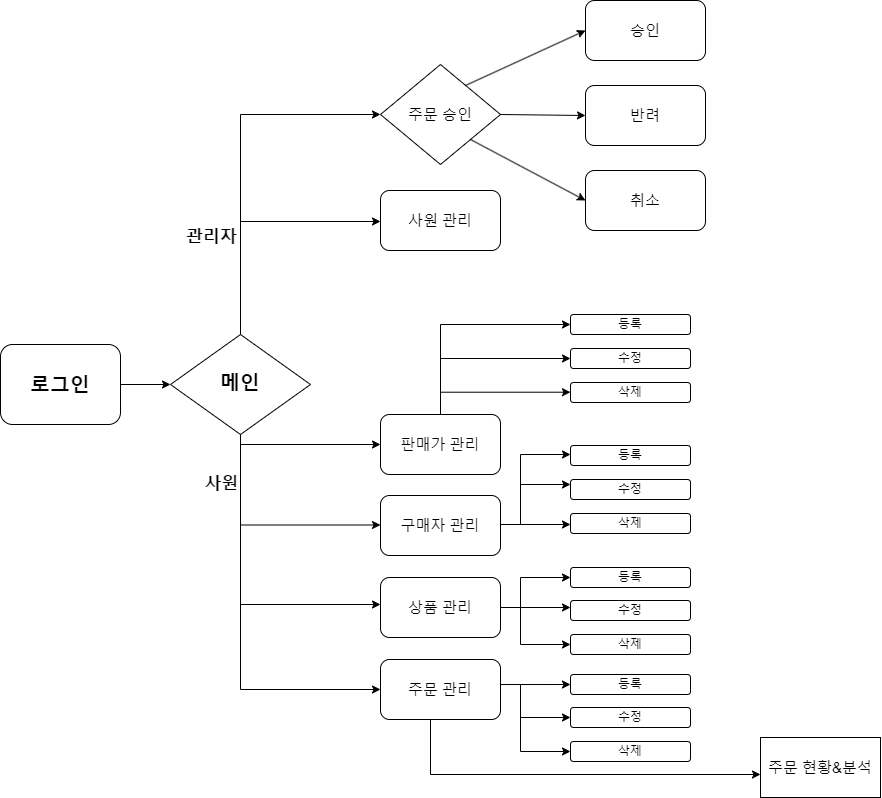
Before: 업무흐름.png, a diagram exported from draw.io (Peh9397/Distribution). Source tidied: cells renumbered, new cells last; positions are measured from the earlier drawing's top-left corner, leaving out a move shared by most shapes.
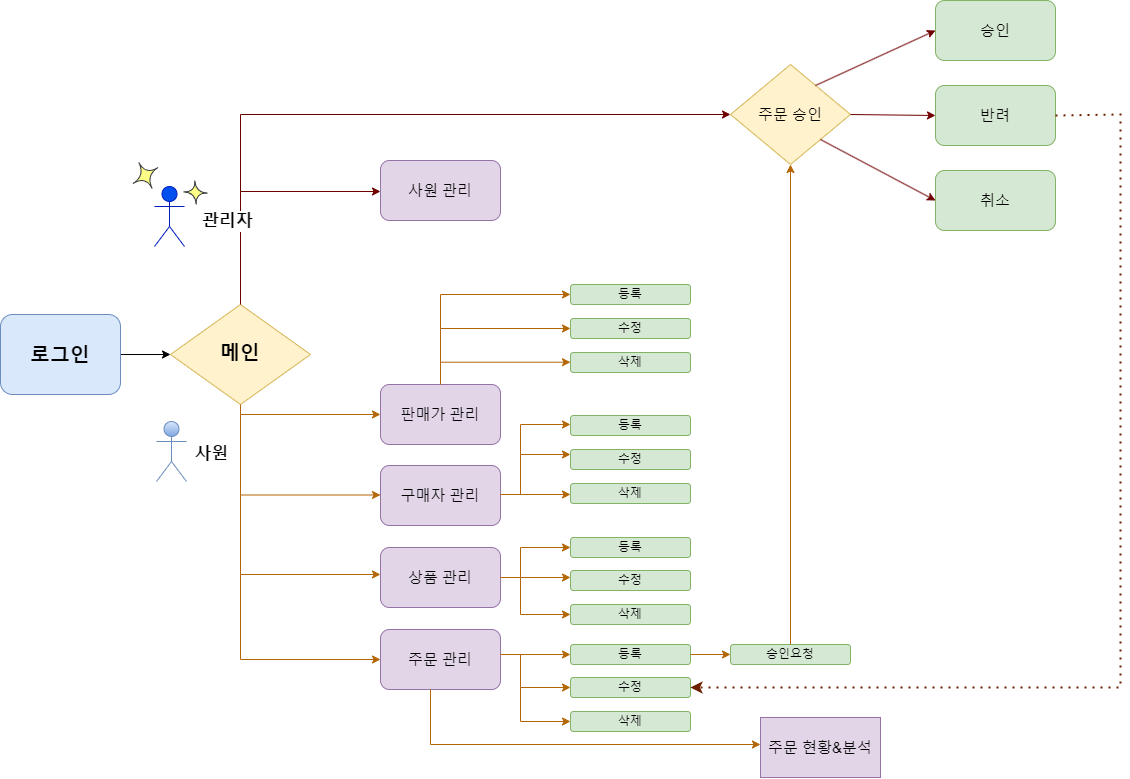
Later version of the same file.

Diff of the diagram source:
```diff
@@ -7,27 +7,28 @@
     </mxCell>
-    <mxCell id="3" value="&lt;b&gt;&lt;font style=&quot;font-size: 20px;&quot;&gt;로그인&lt;/font&gt;&lt;/b&gt;" style="rounded=1;whiteSpace=wrap;html=1;fontSize=12;glass=0;strokeWidth=1;shadow=0;" parent="1" vertex="1">
+    <mxCell id="3" value="&lt;b&gt;&lt;font style=&quot;font-size: 20px;&quot;&gt;로그인&lt;/font&gt;&lt;/b&gt;" style="rounded=1;whiteSpace=wrap;html=1;fontSize=12;glass=0;strokeWidth=1;shadow=0;fillColor=#dae8fc;strokeColor=#6c8ebf;" parent="1" vertex="1">
       <mxGeometry y="344" width="120" height="80" as="geometry" />
     </mxCell>
-    <mxCell id="4" value="&lt;b&gt;&lt;font style=&quot;font-size: 20px;&quot;&gt;메인&lt;/font&gt;&lt;/b&gt;" style="rhombus;whiteSpace=wrap;html=1;shadow=0;fontFamily=Helvetica;fontSize=12;align=center;strokeWidth=1;spacing=6;spacingTop=-4;" parent="1" vertex="1">
+    <mxCell id="4" value="&lt;b&gt;&lt;font style=&quot;font-size: 20px;&quot;&gt;메인&lt;/font&gt;&lt;/b&gt;" style="rhombus;whiteSpace=wrap;html=1;shadow=0;fontFamily=Helvetica;fontSize=12;align=center;strokeWidth=1;spacing=6;spacingTop=-4;fillColor=#fff2cc;strokeColor=#d6b656;" parent="1" vertex="1">
       <mxGeometry x="170" y="334" width="140" height="100" as="geometry" />
     </mxCell>
-    <mxCell id="5" value="구매자 관리" style="rounded=1;whiteSpace=wrap;html=1;fontSize=15;" parent="1" vertex="1">
+    <mxCell id="5" value="구매자 관리" style="rounded=1;whiteSpace=wrap;html=1;fontSize=15;fillColor=#e1d5e7;strokeColor=#9673a6;" parent="1" vertex="1">
       <mxGeometry x="380" y="495" width="120" height="60" as="geometry" />
     </mxCell>
-    <mxCell id="6" value="판매가 관리" style="rounded=1;whiteSpace=wrap;html=1;fontSize=15;" parent="1" vertex="1">
+    <mxCell id="6" value="판매가 관리" style="rounded=1;whiteSpace=wrap;html=1;fontSize=15;fillColor=#e1d5e7;strokeColor=#9673a6;" parent="1" vertex="1">
       <mxGeometry x="380" y="414" width="120" height="60" as="geometry" />
     </mxCell>
-    <mxCell id="7" value="상품 관리" style="rounded=1;whiteSpace=wrap;html=1;fontSize=15;" parent="1" vertex="1">
+    <mxCell id="7" value="상품 관리" style="rounded=1;whiteSpace=wrap;html=1;fontSize=15;fillColor=#e1d5e7;strokeColor=#9673a6;" parent="1" vertex="1">
       <mxGeometry x="380" y="577" width="120" height="60" as="geometry" />
     </mxCell>
-    <mxCell id="8" value="사원 관리" style="rounded=1;whiteSpace=wrap;html=1;fontSize=15;" parent="1" vertex="1">
+    <mxCell id="8" value="사원 관리" style="rounded=1;whiteSpace=wrap;html=1;fontSize=15;fillColor=#e1d5e7;strokeColor=#9673a6;" parent="1" vertex="1">
       <mxGeometry x="380" y="190" width="120" height="60" as="geometry" />
     </mxCell>
-    <mxCell id="9" value="주문 관리" style="rounded=1;whiteSpace=wrap;html=1;fontSize=15;" parent="1" vertex="1">
+    <mxCell id="9" value="주문 관리" style="rounded=1;whiteSpace=wrap;html=1;fontSize=15;fillColor=#e1d5e7;strokeColor=#9673a6;" parent="1" vertex="1">
       <mxGeometry x="380" y="659" width="120" height="60" as="geometry" />
     </mxCell>
-    <mxCell id="10" style="endArrow=classic;html=1;rounded=0;exitX=0.5;exitY=0;exitDx=0;exitDy=0;entryX=0;entryY=0.5;entryDx=0;entryDy=0;" parent="1" edge="1" source="4" target="18">
+    <mxCell id="10" style="endArrow=classic;html=1;rounded=0;exitX=0.5;exitY=0;exitDx=0;exitDy=0;entryX=0;entryY=0.5;entryDx=0;entryDy=0;fillColor=#a20025;strokeColor=#6F0000;" parent="1" edge="1" target="18">
       <mxGeometry relative="1" as="geometry">
+        <mxPoint x="240" y="334" as="sourcePoint" />
         <Array as="points">
-          <mxPoint x="240" y="114" />
+          <mxPoint x="240" y="144" />
         </Array>
@@ -37,6 +38,6 @@
       <mxGeometry relative="1" as="geometry">
-        <mxPoint x="-30" y="82" as="offset" />
+        <mxPoint x="-164" y="106" as="offset" />
       </mxGeometry>
     </mxCell>
-    <mxCell id="12" style="endArrow=classic;html=1;rounded=0;entryX=0;entryY=0.5;entryDx=0;entryDy=0;" parent="1" edge="1">
+    <mxCell id="12" style="endArrow=classic;html=1;rounded=0;entryX=0;entryY=0.5;entryDx=0;entryDy=0;fillColor=#a20025;strokeColor=#6F0000;" parent="1" edge="1">
       <mxGeometry relative="1" as="geometry">
@@ -46,3 +47,3 @@
     </mxCell>
-    <mxCell id="13" style="endArrow=classic;html=1;rounded=0;entryX=0;entryY=0.5;entryDx=0;entryDy=0;exitX=0.5;exitY=1;exitDx=0;exitDy=0;" parent="1" edge="1" source="4" target="9">
+    <mxCell id="13" style="endArrow=classic;html=1;rounded=0;entryX=0;entryY=0.5;entryDx=0;entryDy=0;exitX=0.5;exitY=1;exitDx=0;exitDy=0;fillColor=#fad7ac;strokeColor=#b46504;" parent="1" edge="1" source="4" target="9">
       <mxGeometry relative="1" as="geometry">
@@ -55,6 +56,6 @@
       <mxGeometry relative="1" as="geometry">
-        <mxPoint x="-20" y="-148" as="offset" />
+        <mxPoint x="-30" y="-148" as="offset" />
       </mxGeometry>
     </mxCell>
-    <mxCell id="15" style="endArrow=classic;html=1;rounded=0;entryX=0;entryY=0.5;entryDx=0;entryDy=0;" parent="1" edge="1" target="6">
+    <mxCell id="15" style="endArrow=classic;html=1;rounded=0;entryX=0;entryY=0.5;entryDx=0;entryDy=0;fillColor=#fad7ac;strokeColor=#b46504;" parent="1" edge="1" target="6">
       <mxGeometry relative="1" as="geometry">
@@ -63,3 +64,3 @@
     </mxCell>
-    <mxCell id="16" style="endArrow=classic;html=1;rounded=0;entryX=0;entryY=0.5;entryDx=0;entryDy=0;" parent="1" edge="1">
+    <mxCell id="16" style="endArrow=classic;html=1;rounded=0;entryX=0;entryY=0.5;entryDx=0;entryDy=0;fillColor=#fad7ac;strokeColor=#b46504;" parent="1" edge="1">
       <mxGeometry relative="1" as="geometry">
@@ -69,3 +70,3 @@
     </mxCell>
-    <mxCell id="17" style="endArrow=classic;html=1;rounded=0;entryX=0;entryY=0.5;entryDx=0;entryDy=0;" parent="1" edge="1">
+    <mxCell id="17" style="endArrow=classic;html=1;rounded=0;entryX=0;entryY=0.5;entryDx=0;entryDy=0;fillColor=#fad7ac;strokeColor=#b46504;" parent="1" edge="1">
       <mxGeometry relative="1" as="geometry">
@@ -75,62 +76,62 @@
     </mxCell>
-    <mxCell id="18" value="주문 승인" style="rhombus;whiteSpace=wrap;html=1;fontSize=15;fontStyle=0;" parent="1" vertex="1">
-      <mxGeometry x="380" y="64" width="120" height="100" as="geometry" />
+    <mxCell id="18" value="주문 승인" style="rhombus;whiteSpace=wrap;html=1;fontSize=15;fontStyle=0;fillColor=#fff2cc;strokeColor=#d6b656;" parent="1" vertex="1">
+      <mxGeometry x="730" y="94" width="120" height="100" as="geometry" />
     </mxCell>
-    <mxCell id="19" value="취소" style="rounded=1;whiteSpace=wrap;html=1;flipV=1;flipH=0;fontSize=15;" parent="1" vertex="1">
-      <mxGeometry x="585" y="170" width="120" height="60" as="geometry" />
+    <mxCell id="19" value="취소" style="rounded=1;whiteSpace=wrap;html=1;flipV=1;flipH=0;fontSize=15;fillColor=#d5e8d4;strokeColor=#82b366;" parent="1" vertex="1">
+      <mxGeometry x="935" y="200" width="120" height="60" as="geometry" />
     </mxCell>
-    <mxCell id="20" value="반려" style="rounded=1;whiteSpace=wrap;html=1;flipV=1;flipH=0;fontSize=15;" parent="1" vertex="1">
-      <mxGeometry x="585" y="85" width="120" height="60" as="geometry" />
+    <mxCell id="20" value="반려" style="rounded=1;whiteSpace=wrap;html=1;flipV=1;flipH=0;fontSize=15;fillColor=#d5e8d4;strokeColor=#82b366;" parent="1" vertex="1">
+      <mxGeometry x="935" y="115" width="120" height="60" as="geometry" />
     </mxCell>
-    <mxCell id="21" value="승인" style="rounded=1;whiteSpace=wrap;html=1;flipV=1;flipH=0;fontSize=15;" parent="1" vertex="1">
-      <mxGeometry x="585" width="120" height="60" as="geometry" />
+    <mxCell id="21" value="승인" style="rounded=1;whiteSpace=wrap;html=1;flipV=1;flipH=0;fontSize=15;fillColor=#d5e8d4;strokeColor=#82b366;" parent="1" vertex="1">
+      <mxGeometry x="935" y="30" width="120" height="60" as="geometry" />
     </mxCell>
-    <mxCell id="22" style="endArrow=classic;html=1;rounded=0;entryX=0;entryY=0.5;entryDx=0;entryDy=0;" parent="1" edge="1" target="21">
+    <mxCell id="22" style="endArrow=classic;html=1;rounded=0;entryX=0;entryY=0.5;entryDx=0;entryDy=0;fillColor=#a20025;strokeColor=#6F0000;" parent="1" edge="1" target="21">
       <mxGeometry relative="1" as="geometry">
-        <mxPoint x="465" y="85" as="sourcePoint" />
+        <mxPoint x="815" y="115" as="sourcePoint" />
       </mxGeometry>
     </mxCell>
-    <mxCell id="23" style="endArrow=classic;html=1;rounded=0;exitX=1;exitY=0.5;exitDx=0;exitDy=0;entryX=0;entryY=0.5;entryDx=0;entryDy=0;" parent="1" edge="1" source="18" target="20">
+    <mxCell id="23" style="endArrow=classic;html=1;rounded=0;exitX=1;exitY=0.5;exitDx=0;exitDy=0;entryX=0;entryY=0.5;entryDx=0;entryDy=0;fillColor=#a20025;strokeColor=#6F0000;" parent="1" edge="1" source="18" target="20">
       <mxGeometry relative="1" as="geometry" />
     </mxCell>
-    <mxCell id="24" style="endArrow=classic;html=1;rounded=0;exitX=1;exitY=1;exitDx=0;exitDy=0;entryX=0;entryY=0.5;entryDx=0;entryDy=0;" parent="1" edge="1" source="18" target="19">
+    <mxCell id="24" style="endArrow=classic;html=1;rounded=0;exitX=1;exitY=1;exitDx=0;exitDy=0;entryX=0;entryY=0.5;entryDx=0;entryDy=0;fillColor=#a20025;strokeColor=#6F0000;" parent="1" edge="1" source="18" target="19">
       <mxGeometry relative="1" as="geometry" />
     </mxCell>
-    <mxCell id="25" value="등록" style="rounded=1;whiteSpace=wrap;html=1;" parent="1" vertex="1">
+    <mxCell id="25" value="등록" style="rounded=1;whiteSpace=wrap;html=1;fillColor=#d5e8d4;strokeColor=#82b366;" parent="1" vertex="1">
       <mxGeometry x="570" y="314" width="120" height="20" as="geometry" />
     </mxCell>
-    <mxCell id="26" value="수정" style="rounded=1;whiteSpace=wrap;html=1;" parent="1" vertex="1">
+    <mxCell id="26" value="수정" style="rounded=1;whiteSpace=wrap;html=1;fillColor=#d5e8d4;strokeColor=#82b366;" parent="1" vertex="1">
       <mxGeometry x="570" y="348" width="120" height="20" as="geometry" />
     </mxCell>
-    <mxCell id="27" value="삭제" style="rounded=1;whiteSpace=wrap;html=1;" parent="1" vertex="1">
+    <mxCell id="27" value="삭제" style="rounded=1;whiteSpace=wrap;html=1;fillColor=#d5e8d4;strokeColor=#82b366;" parent="1" vertex="1">
       <mxGeometry x="570" y="382" width="120" height="20" as="geometry" />
     </mxCell>
-    <mxCell id="28" value="등록" style="rounded=1;whiteSpace=wrap;html=1;" parent="1" vertex="1">
+    <mxCell id="28" value="등록" style="rounded=1;whiteSpace=wrap;html=1;fillColor=#d5e8d4;strokeColor=#82b366;" parent="1" vertex="1">
       <mxGeometry x="570" y="445" width="120" height="20" as="geometry" />
     </mxCell>
-    <mxCell id="29" value="수정" style="rounded=1;whiteSpace=wrap;html=1;" parent="1" vertex="1">
+    <mxCell id="29" value="수정" style="rounded=1;whiteSpace=wrap;html=1;fillColor=#d5e8d4;strokeColor=#82b366;" parent="1" vertex="1">
       <mxGeometry x="570" y="479" width="120" height="20" as="geometry" />
     </mxCell>
-    <mxCell id="30" value="삭제" style="rounded=1;whiteSpace=wrap;html=1;" parent="1" vertex="1">
+    <mxCell id="30" value="삭제" style="rounded=1;whiteSpace=wrap;html=1;fillColor=#d5e8d4;strokeColor=#82b366;" parent="1" vertex="1">
       <mxGeometry x="570" y="513" width="120" height="20" as="geometry" />
     </mxCell>
-    <mxCell id="31" value="등록" style="rounded=1;whiteSpace=wrap;html=1;" parent="1" vertex="1">
+    <mxCell id="31" value="등록" style="rounded=1;whiteSpace=wrap;html=1;fillColor=#d5e8d4;strokeColor=#82b366;" parent="1" vertex="1">
       <mxGeometry x="570" y="567" width="120" height="20" as="geometry" />
     </mxCell>
-    <mxCell id="32" value="수정" style="rounded=1;whiteSpace=wrap;html=1;" parent="1" vertex="1">
+    <mxCell id="32" value="수정" style="rounded=1;whiteSpace=wrap;html=1;fillColor=#d5e8d4;strokeColor=#82b366;" parent="1" vertex="1">
       <mxGeometry x="570" y="600" width="120" height="20" as="geometry" />
     </mxCell>
-    <mxCell id="33" value="삭제" style="rounded=1;whiteSpace=wrap;html=1;" parent="1" vertex="1">
+    <mxCell id="33" value="삭제" style="rounded=1;whiteSpace=wrap;html=1;fillColor=#d5e8d4;strokeColor=#82b366;" parent="1" vertex="1">
       <mxGeometry x="570" y="634" width="120" height="20" as="geometry" />
     </mxCell>
-    <mxCell id="34" value="등록" style="rounded=1;whiteSpace=wrap;html=1;" parent="1" vertex="1">
+    <mxCell id="34" value="등록" style="rounded=1;whiteSpace=wrap;html=1;fillColor=#d5e8d4;strokeColor=#82b366;" parent="1" vertex="1">
       <mxGeometry x="570" y="674" width="120" height="20" as="geometry" />
     </mxCell>
-    <mxCell id="35" value="수정" style="rounded=1;whiteSpace=wrap;html=1;" parent="1" vertex="1">
+    <mxCell id="35" value="수정" style="rounded=1;whiteSpace=wrap;html=1;fillColor=#d5e8d4;strokeColor=#82b366;" parent="1" vertex="1">
       <mxGeometry x="570" y="707" width="120" height="20" as="geometry" />
     </mxCell>
-    <mxCell id="36" value="삭제" style="rounded=1;whiteSpace=wrap;html=1;" parent="1" vertex="1">
+    <mxCell id="36" value="삭제" style="rounded=1;whiteSpace=wrap;html=1;fillColor=#d5e8d4;strokeColor=#82b366;" parent="1" vertex="1">
       <mxGeometry x="570" y="741" width="120" height="20" as="geometry" />
     </mxCell>
-    <mxCell id="37" style="endArrow=classic;html=1;rounded=0;entryX=0;entryY=0.5;entryDx=0;entryDy=0;" parent="1" edge="1" target="25">
+    <mxCell id="37" style="endArrow=classic;html=1;rounded=0;entryX=0;entryY=0.5;entryDx=0;entryDy=0;fillColor=#fad7ac;strokeColor=#b46504;" parent="1" edge="1" target="25">
       <mxGeometry relative="1" as="geometry">
@@ -142,3 +143,3 @@
     </mxCell>
-    <mxCell id="38" style="endArrow=classic;html=1;rounded=0;" parent="1" edge="1" target="26">
+    <mxCell id="38" style="endArrow=classic;html=1;rounded=0;fillColor=#fad7ac;strokeColor=#b46504;" parent="1" edge="1" target="26">
       <mxGeometry relative="1" as="geometry">
@@ -147,3 +148,3 @@
     </mxCell>
-    <mxCell id="39" style="endArrow=classic;html=1;rounded=0;" parent="1" edge="1">
+    <mxCell id="39" style="endArrow=classic;html=1;rounded=0;fillColor=#fad7ac;strokeColor=#b46504;" parent="1" edge="1">
       <mxGeometry relative="1" as="geometry">
@@ -153,3 +154,3 @@
     </mxCell>
-    <mxCell id="40" style="endArrow=classic;html=1;rounded=0;" parent="1" edge="1">
+    <mxCell id="40" style="endArrow=classic;html=1;rounded=0;fillColor=#fad7ac;strokeColor=#b46504;" parent="1" edge="1">
       <mxGeometry relative="1" as="geometry">
@@ -159,3 +160,3 @@
     </mxCell>
-    <mxCell id="41" style="endArrow=classic;html=1;rounded=0;" parent="1" edge="1">
+    <mxCell id="41" style="endArrow=classic;html=1;rounded=0;fillColor=#fad7ac;strokeColor=#b46504;" parent="1" edge="1">
       <mxGeometry relative="1" as="geometry">
@@ -168,3 +169,3 @@
     </mxCell>
-    <mxCell id="42" style="endArrow=classic;html=1;rounded=0;" parent="1" edge="1">
+    <mxCell id="42" style="endArrow=classic;html=1;rounded=0;fillColor=#fad7ac;strokeColor=#b46504;" parent="1" edge="1">
       <mxGeometry relative="1" as="geometry">
@@ -174,3 +175,3 @@
     </mxCell>
-    <mxCell id="43" style="endArrow=classic;html=1;rounded=0;exitX=1;exitY=0.5;exitDx=0;exitDy=0;" parent="1" edge="1" source="7">
+    <mxCell id="43" style="endArrow=classic;html=1;rounded=0;exitX=1;exitY=0.5;exitDx=0;exitDy=0;fillColor=#fad7ac;strokeColor=#b46504;" parent="1" edge="1" source="7">
       <mxGeometry relative="1" as="geometry">
@@ -179,3 +180,3 @@
     </mxCell>
-    <mxCell id="44" style="endArrow=classic;html=1;rounded=0;entryX=0;entryY=0.5;entryDx=0;entryDy=0;" parent="1" edge="1" target="31">
+    <mxCell id="44" style="endArrow=classic;html=1;rounded=0;entryX=0;entryY=0.5;entryDx=0;entryDy=0;fillColor=#fad7ac;strokeColor=#b46504;" parent="1" edge="1" target="31">
       <mxGeometry relative="1" as="geometry">
@@ -187,3 +188,3 @@
     </mxCell>
-    <mxCell id="45" style="endArrow=classic;html=1;rounded=0;entryX=0;entryY=0.5;entryDx=0;entryDy=0;entryPerimeter=0;" parent="1" edge="1" target="33">
+    <mxCell id="45" style="endArrow=classic;html=1;rounded=0;entryX=0;entryY=0.5;entryDx=0;entryDy=0;entryPerimeter=0;fillColor=#fad7ac;strokeColor=#b46504;" parent="1" edge="1" target="33">
       <mxGeometry relative="1" as="geometry">
@@ -195,6 +196,6 @@
     </mxCell>
-    <mxCell id="46" style="endArrow=classic;html=1;rounded=0;exitX=1;exitY=0.417;exitDx=0;exitDy=0;exitPerimeter=0;" parent="1" edge="1" source="9" target="34">
+    <mxCell id="46" style="endArrow=classic;html=1;rounded=0;exitX=1;exitY=0.417;exitDx=0;exitDy=0;exitPerimeter=0;fillColor=#fad7ac;strokeColor=#b46504;" parent="1" edge="1" source="9" target="34">
       <mxGeometry relative="1" as="geometry" />
     </mxCell>
-    <mxCell id="47" style="endArrow=classic;html=1;rounded=0;entryX=0;entryY=0.5;entryDx=0;entryDy=0;" parent="1" edge="1" target="36">
+    <mxCell id="47" style="endArrow=classic;html=1;rounded=0;entryX=0;entryY=0.5;entryDx=0;entryDy=0;fillColor=#fad7ac;strokeColor=#b46504;" parent="1" edge="1" target="36">
       <mxGeometry relative="1" as="geometry">
@@ -206,3 +207,3 @@
     </mxCell>
-    <mxCell id="48" style="endArrow=classic;html=1;rounded=0;entryX=0;entryY=0.5;entryDx=0;entryDy=0;" parent="1" edge="1" target="35">
+    <mxCell id="48" style="endArrow=classic;html=1;rounded=0;entryX=0;entryY=0.5;entryDx=0;entryDy=0;fillColor=#fad7ac;strokeColor=#b46504;" parent="1" edge="1" target="35">
       <mxGeometry relative="1" as="geometry">
@@ -211,6 +212,6 @@
     </mxCell>
-    <mxCell id="49" value="주문 현황&amp;amp;분석" style="rounded=0;whiteSpace=wrap;html=1;fontSize=15;" parent="1" vertex="1">
-      <mxGeometry x="760" y="737" width="120" height="60" as="geometry" />
+    <mxCell id="49" value="주문 현황&amp;amp;분석" style="rounded=0;whiteSpace=wrap;html=1;fontSize=15;fillColor=#e1d5e7;strokeColor=#9673a6;" parent="1" vertex="1">
+      <mxGeometry x="760" y="747" width="120" height="60" as="geometry" />
     </mxCell>
-    <mxCell id="50" style="endArrow=classic;html=1;rounded=0;exitX=0.5;exitY=1;exitDx=0;exitDy=0;" parent="1" edge="1">
+    <mxCell id="50" style="endArrow=classic;html=1;rounded=0;exitX=0.5;exitY=1;exitDx=0;exitDy=0;fillColor=#fad7ac;strokeColor=#b46504;" parent="1" edge="1">
       <mxGeometry relative="1" as="geometry">
@@ -223,2 +224,32 @@
     </mxCell>
+    <mxCell id="51" value="승인요청" style="rounded=1;whiteSpace=wrap;html=1;fillColor=#d5e8d4;strokeColor=#82b366;" parent="1" vertex="1">
+      <mxGeometry x="730" y="674" width="120" height="20" as="geometry" />
+    </mxCell>
+    <mxCell id="52" style="endArrow=classic;html=1;rounded=0;exitX=1;exitY=0.5;exitDx=0;exitDy=0;fillColor=#fad7ac;strokeColor=#b46504;" parent="1" edge="1" source="34" target="51">
+      <mxGeometry relative="1" as="geometry" />
+    </mxCell>
+    <mxCell id="53" style="endArrow=classic;html=1;rounded=0;fillColor=#fad7ac;strokeColor=#b46504;" parent="1" edge="1" source="51" target="18">
+      <mxGeometry relative="1" as="geometry" />
+    </mxCell>
+    <mxCell id="54" style="shape=umlActor;verticalLabelPosition=bottom;verticalAlign=top;html=1;fillColor=#0050ef;fontColor=#ffffff;strokeColor=#001DBC;" parent="1" vertex="1">
+      <mxGeometry x="154" y="216" width="30" height="60" as="geometry" />
+    </mxCell>
+    <mxCell id="55" style="shape=umlActor;verticalLabelPosition=bottom;verticalAlign=top;html=1;fillColor=#dae8fc;gradientColor=#7ea6e0;strokeColor=#6c8ebf;" parent="1" vertex="1">
+      <mxGeometry x="156" y="451" width="30" height="60" as="geometry" />
+    </mxCell>
+    <mxCell id="56" style="endArrow=classic;dashed=1;html=1;dashPattern=1 3;strokeWidth=2;rounded=0;entryX=1;entryY=0.5;entryDx=0;entryDy=0;exitX=1;exitY=0.5;exitDx=0;exitDy=0;startArrow=none;startFill=0;endFill=1;fillColor=#a0522d;strokeColor=#6D1F00;" parent="1" edge="1" source="20">
+      <mxGeometry relative="1" as="geometry">
+        <mxPoint x="690" y="717" as="targetPoint" />
+        <Array as="points">
+          <mxPoint x="1120" y="144" />
+          <mxPoint x="1120" y="717" />
+        </Array>
+      </mxGeometry>
+    </mxCell>
+    <mxCell id="57" style="shape=switch;whiteSpace=wrap;html=1;fillColor=#ffff88;strokeColor=#36393d;rotation=15;" parent="1" vertex="1">
+      <mxGeometry x="135" y="194" width="20" height="22" as="geometry" />
+    </mxCell>
+    <mxCell id="58" style="shape=switch;whiteSpace=wrap;html=1;fillColor=#ffff88;strokeColor=#36393d;rotation=-45;" parent="1" vertex="1">
+      <mxGeometry x="187" y="213" width="16" height="18" as="geometry" />
+    </mxCell>
   </root>
```
